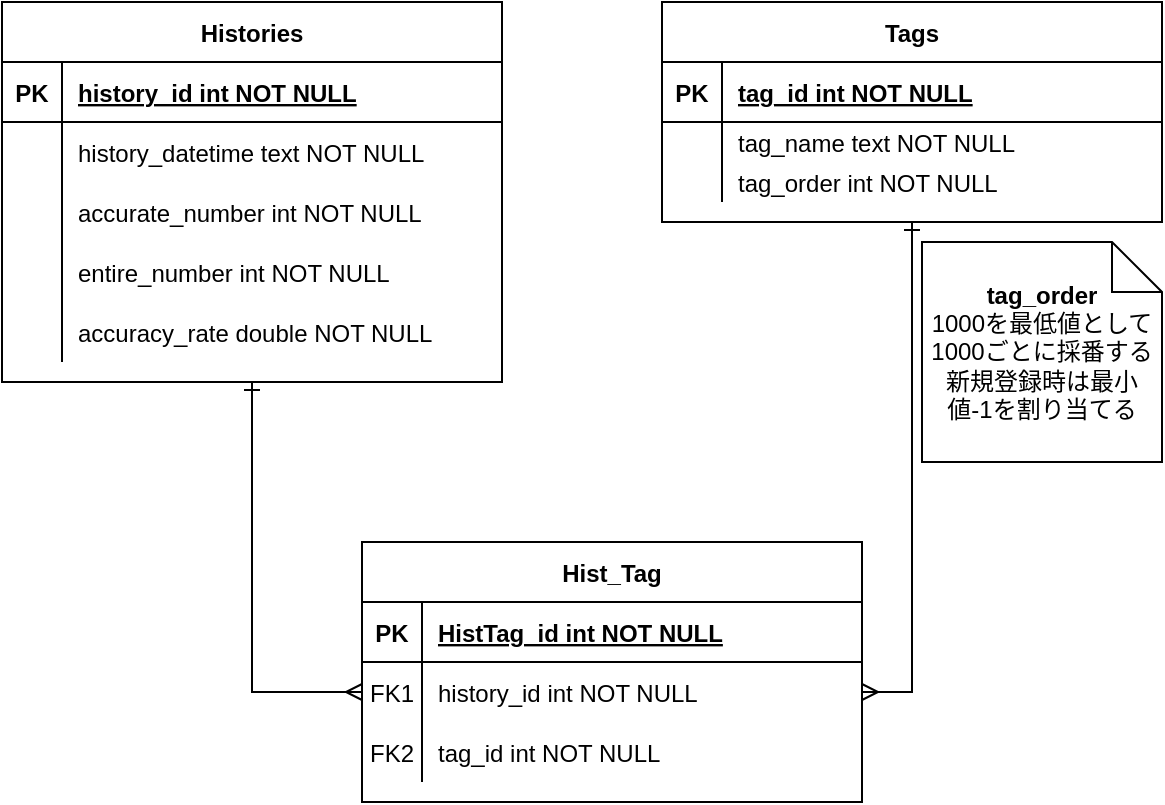
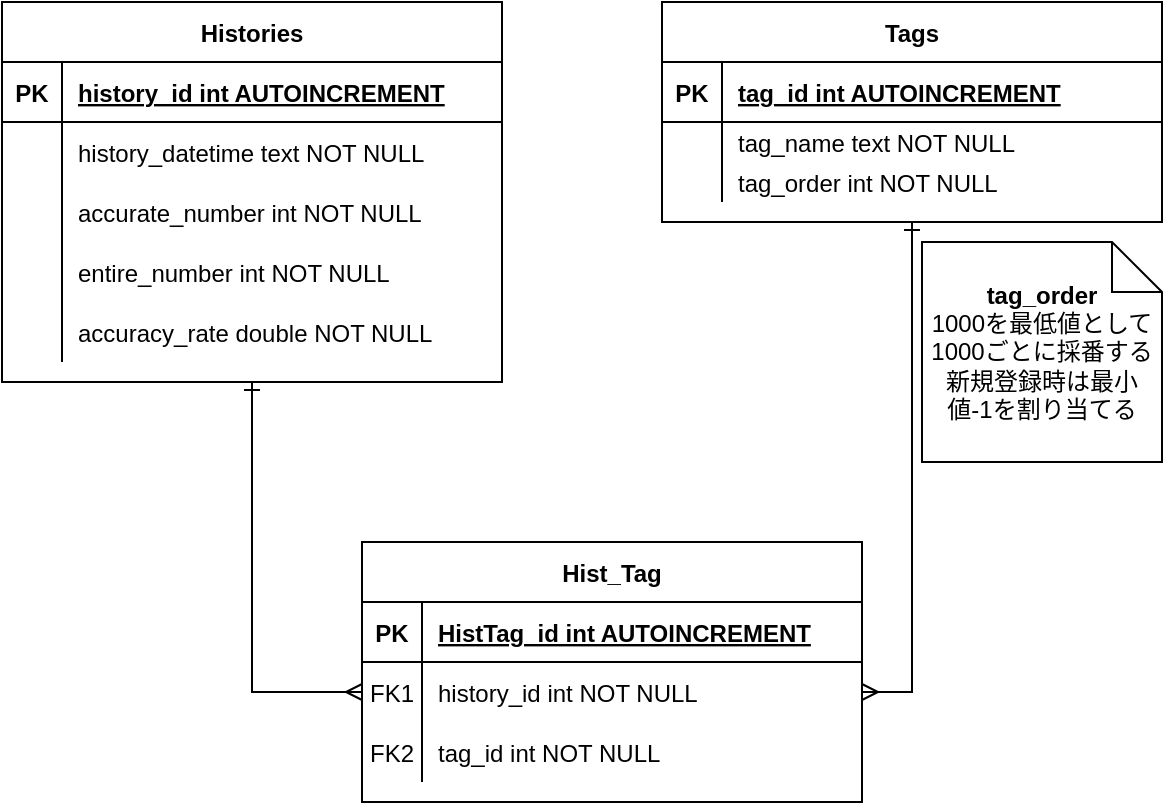
<mxfile host="app.diagrams.net" agent="Mozilla/5.0 (Windows NT 10.0; Win64; x64) AppleWebKit/537.36 (KHTML, like Gecko) Chrome/129.0.0.0 Safari/537.36" version="24.7.17">
  <diagram id="R2lEEEUBdFMjLlhIrx00" name="Page-1">
    <mxGraphModel dx="1434" dy="772" grid="1" gridSize="10" guides="1" tooltips="1" connect="1" arrows="1" fold="1" page="1" pageScale="1" pageWidth="850" pageHeight="1100" background="#FFFFFF" math="0" shadow="0" extFonts="Permanent Marker^https://fonts.googleapis.com/css?family=Permanent+Marker">
      <root>
        <mxCell id="0" />
        <mxCell id="1" parent="0" />
        <mxCell id="C-vyLk0tnHw3VtMMgP7b-2" value="Tags" style="shape=table;startSize=30;container=1;collapsible=1;childLayout=tableLayout;fixedRows=1;rowLines=0;fontStyle=1;align=center;resizeLast=1;" parent="1" vertex="1">
          <mxGeometry x="330" width="250" height="110" as="geometry" />
        </mxCell>
        <mxCell id="C-vyLk0tnHw3VtMMgP7b-3" value="" style="shape=partialRectangle;collapsible=0;dropTarget=0;pointerEvents=0;fillColor=none;points=[[0,0.5],[1,0.5]];portConstraint=eastwest;top=0;left=0;right=0;bottom=1;" parent="C-vyLk0tnHw3VtMMgP7b-2" vertex="1">
          <mxGeometry y="30" width="250" height="30" as="geometry" />
        </mxCell>
        <mxCell id="C-vyLk0tnHw3VtMMgP7b-4" value="PK" style="shape=partialRectangle;overflow=hidden;connectable=0;fillColor=none;top=0;left=0;bottom=0;right=0;fontStyle=1;" parent="C-vyLk0tnHw3VtMMgP7b-3" vertex="1">
          <mxGeometry width="30" height="30" as="geometry">
            <mxRectangle width="30" height="30" as="alternateBounds" />
          </mxGeometry>
        </mxCell>
-         <mxCell id="C-vyLk0tnHw3VtMMgP7b-5" value="tag_id int NOT NULL " style="shape=partialRectangle;overflow=hidden;connectable=0;fillColor=none;top=0;left=0;bottom=0;right=0;align=left;spacingLeft=6;fontStyle=5;" parent="C-vyLk0tnHw3VtMMgP7b-3" vertex="1">
+         <mxCell id="C-vyLk0tnHw3VtMMgP7b-5" value="tag_id int AUTOINCREMENT" style="shape=partialRectangle;overflow=hidden;connectable=0;fillColor=none;top=0;left=0;bottom=0;right=0;align=left;spacingLeft=6;fontStyle=5;" parent="C-vyLk0tnHw3VtMMgP7b-3" vertex="1">
          <mxGeometry x="30" width="220" height="30" as="geometry">
            <mxRectangle width="220" height="30" as="alternateBounds" />
          </mxGeometry>
        </mxCell>
        <mxCell id="C-vyLk0tnHw3VtMMgP7b-6" value="" style="shape=partialRectangle;collapsible=0;dropTarget=0;pointerEvents=0;fillColor=none;points=[[0,0.5],[1,0.5]];portConstraint=eastwest;top=0;left=0;right=0;bottom=0;" parent="C-vyLk0tnHw3VtMMgP7b-2" vertex="1">
          <mxGeometry y="60" width="250" height="20" as="geometry" />
        </mxCell>
        <mxCell id="C-vyLk0tnHw3VtMMgP7b-7" value="" style="shape=partialRectangle;overflow=hidden;connectable=0;fillColor=none;top=0;left=0;bottom=0;right=0;" parent="C-vyLk0tnHw3VtMMgP7b-6" vertex="1">
          <mxGeometry width="30" height="20" as="geometry">
            <mxRectangle width="30" height="20" as="alternateBounds" />
          </mxGeometry>
        </mxCell>
        <mxCell id="C-vyLk0tnHw3VtMMgP7b-8" value="tag_name text NOT NULL" style="shape=partialRectangle;overflow=hidden;connectable=0;fillColor=none;top=0;left=0;bottom=0;right=0;align=left;spacingLeft=6;" parent="C-vyLk0tnHw3VtMMgP7b-6" vertex="1">
          <mxGeometry x="30" width="220" height="20" as="geometry">
            <mxRectangle width="220" height="20" as="alternateBounds" />
          </mxGeometry>
        </mxCell>
        <mxCell id="uX9CyFeno2kXJm7CUo4n-1" value="" style="shape=partialRectangle;collapsible=0;dropTarget=0;pointerEvents=0;fillColor=none;points=[[0,0.5],[1,0.5]];portConstraint=eastwest;top=0;left=0;right=0;bottom=0;" parent="C-vyLk0tnHw3VtMMgP7b-2" vertex="1">
          <mxGeometry y="80" width="250" height="20" as="geometry" />
        </mxCell>
        <mxCell id="uX9CyFeno2kXJm7CUo4n-2" value="" style="shape=partialRectangle;overflow=hidden;connectable=0;fillColor=none;top=0;left=0;bottom=0;right=0;" parent="uX9CyFeno2kXJm7CUo4n-1" vertex="1">
          <mxGeometry width="30" height="20" as="geometry">
            <mxRectangle width="30" height="20" as="alternateBounds" />
          </mxGeometry>
        </mxCell>
        <mxCell id="uX9CyFeno2kXJm7CUo4n-3" value="tag_order int NOT NULL" style="shape=partialRectangle;overflow=hidden;connectable=0;fillColor=none;top=0;left=0;bottom=0;right=0;align=left;spacingLeft=6;" parent="uX9CyFeno2kXJm7CUo4n-1" vertex="1">
          <mxGeometry x="30" width="220" height="20" as="geometry">
            <mxRectangle width="220" height="20" as="alternateBounds" />
          </mxGeometry>
        </mxCell>
        <mxCell id="C-vyLk0tnHw3VtMMgP7b-13" value="Hist_Tag" style="shape=table;startSize=30;container=1;collapsible=1;childLayout=tableLayout;fixedRows=1;rowLines=0;fontStyle=1;align=center;resizeLast=1;" parent="1" vertex="1">
          <mxGeometry x="180" y="270" width="250" height="130" as="geometry" />
        </mxCell>
        <mxCell id="C-vyLk0tnHw3VtMMgP7b-14" value="" style="shape=partialRectangle;collapsible=0;dropTarget=0;pointerEvents=0;fillColor=none;points=[[0,0.5],[1,0.5]];portConstraint=eastwest;top=0;left=0;right=0;bottom=1;" parent="C-vyLk0tnHw3VtMMgP7b-13" vertex="1">
          <mxGeometry y="30" width="250" height="30" as="geometry" />
        </mxCell>
        <mxCell id="C-vyLk0tnHw3VtMMgP7b-15" value="PK" style="shape=partialRectangle;overflow=hidden;connectable=0;fillColor=none;top=0;left=0;bottom=0;right=0;fontStyle=1;" parent="C-vyLk0tnHw3VtMMgP7b-14" vertex="1">
          <mxGeometry width="30" height="30" as="geometry">
            <mxRectangle width="30" height="30" as="alternateBounds" />
          </mxGeometry>
        </mxCell>
-         <mxCell id="C-vyLk0tnHw3VtMMgP7b-16" value="HistTag_id int NOT NULL " style="shape=partialRectangle;overflow=hidden;connectable=0;fillColor=none;top=0;left=0;bottom=0;right=0;align=left;spacingLeft=6;fontStyle=5;" parent="C-vyLk0tnHw3VtMMgP7b-14" vertex="1">
+         <mxCell id="C-vyLk0tnHw3VtMMgP7b-16" value="HistTag_id int AUTOINCREMENT" style="shape=partialRectangle;overflow=hidden;connectable=0;fillColor=none;top=0;left=0;bottom=0;right=0;align=left;spacingLeft=6;fontStyle=5;" parent="C-vyLk0tnHw3VtMMgP7b-14" vertex="1">
          <mxGeometry x="30" width="220" height="30" as="geometry">
            <mxRectangle width="220" height="30" as="alternateBounds" />
          </mxGeometry>
        </mxCell>
        <mxCell id="C-vyLk0tnHw3VtMMgP7b-17" value="" style="shape=partialRectangle;collapsible=0;dropTarget=0;pointerEvents=0;fillColor=none;points=[[0,0.5],[1,0.5]];portConstraint=eastwest;top=0;left=0;right=0;bottom=0;" parent="C-vyLk0tnHw3VtMMgP7b-13" vertex="1">
          <mxGeometry y="60" width="250" height="30" as="geometry" />
        </mxCell>
        <mxCell id="C-vyLk0tnHw3VtMMgP7b-18" value="FK1" style="shape=partialRectangle;overflow=hidden;connectable=0;fillColor=none;top=0;left=0;bottom=0;right=0;" parent="C-vyLk0tnHw3VtMMgP7b-17" vertex="1">
          <mxGeometry width="30" height="30" as="geometry">
            <mxRectangle width="30" height="30" as="alternateBounds" />
          </mxGeometry>
        </mxCell>
        <mxCell id="C-vyLk0tnHw3VtMMgP7b-19" value="history_id int NOT NULL" style="shape=partialRectangle;overflow=hidden;connectable=0;fillColor=none;top=0;left=0;bottom=0;right=0;align=left;spacingLeft=6;" parent="C-vyLk0tnHw3VtMMgP7b-17" vertex="1">
          <mxGeometry x="30" width="220" height="30" as="geometry">
            <mxRectangle width="220" height="30" as="alternateBounds" />
          </mxGeometry>
        </mxCell>
        <mxCell id="C-vyLk0tnHw3VtMMgP7b-20" value="" style="shape=partialRectangle;collapsible=0;dropTarget=0;pointerEvents=0;fillColor=none;points=[[0,0.5],[1,0.5]];portConstraint=eastwest;top=0;left=0;right=0;bottom=0;" parent="C-vyLk0tnHw3VtMMgP7b-13" vertex="1">
          <mxGeometry y="90" width="250" height="30" as="geometry" />
        </mxCell>
        <mxCell id="C-vyLk0tnHw3VtMMgP7b-21" value="FK2" style="shape=partialRectangle;overflow=hidden;connectable=0;fillColor=none;top=0;left=0;bottom=0;right=0;" parent="C-vyLk0tnHw3VtMMgP7b-20" vertex="1">
          <mxGeometry width="30" height="30" as="geometry">
            <mxRectangle width="30" height="30" as="alternateBounds" />
          </mxGeometry>
        </mxCell>
        <mxCell id="C-vyLk0tnHw3VtMMgP7b-22" value="tag_id int NOT NULL" style="shape=partialRectangle;overflow=hidden;connectable=0;fillColor=none;top=0;left=0;bottom=0;right=0;align=left;spacingLeft=6;" parent="C-vyLk0tnHw3VtMMgP7b-20" vertex="1">
          <mxGeometry x="30" width="220" height="30" as="geometry">
            <mxRectangle width="220" height="30" as="alternateBounds" />
          </mxGeometry>
        </mxCell>
        <mxCell id="vyyHN-wlgOPrNykon7IR-17" style="edgeStyle=orthogonalEdgeStyle;rounded=0;orthogonalLoop=1;jettySize=auto;html=1;entryX=0;entryY=0.5;entryDx=0;entryDy=0;strokeWidth=1;startArrow=ERone;startFill=0;endArrow=ERmany;endFill=0;" parent="1" source="C-vyLk0tnHw3VtMMgP7b-23" target="C-vyLk0tnHw3VtMMgP7b-17" edge="1">
          <mxGeometry relative="1" as="geometry" />
        </mxCell>
        <mxCell id="C-vyLk0tnHw3VtMMgP7b-23" value="Histories" style="shape=table;startSize=30;container=1;collapsible=1;childLayout=tableLayout;fixedRows=1;rowLines=0;fontStyle=1;align=center;resizeLast=1;" parent="1" vertex="1">
          <mxGeometry width="250" height="190" as="geometry" />
        </mxCell>
        <mxCell id="C-vyLk0tnHw3VtMMgP7b-24" value="" style="shape=partialRectangle;collapsible=0;dropTarget=0;pointerEvents=0;fillColor=none;points=[[0,0.5],[1,0.5]];portConstraint=eastwest;top=0;left=0;right=0;bottom=1;" parent="C-vyLk0tnHw3VtMMgP7b-23" vertex="1">
          <mxGeometry y="30" width="250" height="30" as="geometry" />
        </mxCell>
        <mxCell id="C-vyLk0tnHw3VtMMgP7b-25" value="PK" style="shape=partialRectangle;overflow=hidden;connectable=0;fillColor=none;top=0;left=0;bottom=0;right=0;fontStyle=1;" parent="C-vyLk0tnHw3VtMMgP7b-24" vertex="1">
          <mxGeometry width="30" height="30" as="geometry">
            <mxRectangle width="30" height="30" as="alternateBounds" />
          </mxGeometry>
        </mxCell>
-         <mxCell id="C-vyLk0tnHw3VtMMgP7b-26" value="history_id int NOT NULL " style="shape=partialRectangle;overflow=hidden;connectable=0;fillColor=none;top=0;left=0;bottom=0;right=0;align=left;spacingLeft=6;fontStyle=5;" parent="C-vyLk0tnHw3VtMMgP7b-24" vertex="1">
+         <mxCell id="C-vyLk0tnHw3VtMMgP7b-26" value="history_id int AUTOINCREMENT" style="shape=partialRectangle;overflow=hidden;connectable=0;fillColor=none;top=0;left=0;bottom=0;right=0;align=left;spacingLeft=6;fontStyle=5;" parent="C-vyLk0tnHw3VtMMgP7b-24" vertex="1">
          <mxGeometry x="30" width="220" height="30" as="geometry">
            <mxRectangle width="220" height="30" as="alternateBounds" />
          </mxGeometry>
        </mxCell>
        <mxCell id="C-vyLk0tnHw3VtMMgP7b-27" value="" style="shape=partialRectangle;collapsible=0;dropTarget=0;pointerEvents=0;fillColor=none;points=[[0,0.5],[1,0.5]];portConstraint=eastwest;top=0;left=0;right=0;bottom=0;" parent="C-vyLk0tnHw3VtMMgP7b-23" vertex="1">
          <mxGeometry y="60" width="250" height="30" as="geometry" />
        </mxCell>
        <mxCell id="C-vyLk0tnHw3VtMMgP7b-28" value="" style="shape=partialRectangle;overflow=hidden;connectable=0;fillColor=none;top=0;left=0;bottom=0;right=0;" parent="C-vyLk0tnHw3VtMMgP7b-27" vertex="1">
          <mxGeometry width="30" height="30" as="geometry">
            <mxRectangle width="30" height="30" as="alternateBounds" />
          </mxGeometry>
        </mxCell>
        <mxCell id="C-vyLk0tnHw3VtMMgP7b-29" value="history_datetime text NOT NULL" style="shape=partialRectangle;overflow=hidden;connectable=0;fillColor=none;top=0;left=0;bottom=0;right=0;align=left;spacingLeft=6;" parent="C-vyLk0tnHw3VtMMgP7b-27" vertex="1">
          <mxGeometry x="30" width="220" height="30" as="geometry">
            <mxRectangle width="220" height="30" as="alternateBounds" />
          </mxGeometry>
        </mxCell>
        <mxCell id="vyyHN-wlgOPrNykon7IR-9" value="" style="shape=partialRectangle;collapsible=0;dropTarget=0;pointerEvents=0;fillColor=none;points=[[0,0.5],[1,0.5]];portConstraint=eastwest;top=0;left=0;right=0;bottom=0;" parent="C-vyLk0tnHw3VtMMgP7b-23" vertex="1">
          <mxGeometry y="90" width="250" height="30" as="geometry" />
        </mxCell>
        <mxCell id="vyyHN-wlgOPrNykon7IR-10" value="" style="shape=partialRectangle;overflow=hidden;connectable=0;fillColor=none;top=0;left=0;bottom=0;right=0;" parent="vyyHN-wlgOPrNykon7IR-9" vertex="1">
          <mxGeometry width="30" height="30" as="geometry">
            <mxRectangle width="30" height="30" as="alternateBounds" />
          </mxGeometry>
        </mxCell>
        <mxCell id="vyyHN-wlgOPrNykon7IR-11" value="accurate_number int NOT NULL" style="shape=partialRectangle;overflow=hidden;connectable=0;fillColor=none;top=0;left=0;bottom=0;right=0;align=left;spacingLeft=6;" parent="vyyHN-wlgOPrNykon7IR-9" vertex="1">
          <mxGeometry x="30" width="220" height="30" as="geometry">
            <mxRectangle width="220" height="30" as="alternateBounds" />
          </mxGeometry>
        </mxCell>
        <mxCell id="vyyHN-wlgOPrNykon7IR-12" value="" style="shape=partialRectangle;collapsible=0;dropTarget=0;pointerEvents=0;fillColor=none;points=[[0,0.5],[1,0.5]];portConstraint=eastwest;top=0;left=0;right=0;bottom=0;" parent="C-vyLk0tnHw3VtMMgP7b-23" vertex="1">
          <mxGeometry y="120" width="250" height="30" as="geometry" />
        </mxCell>
        <mxCell id="vyyHN-wlgOPrNykon7IR-13" value="" style="shape=partialRectangle;overflow=hidden;connectable=0;fillColor=none;top=0;left=0;bottom=0;right=0;" parent="vyyHN-wlgOPrNykon7IR-12" vertex="1">
          <mxGeometry width="30" height="30" as="geometry">
            <mxRectangle width="30" height="30" as="alternateBounds" />
          </mxGeometry>
        </mxCell>
        <mxCell id="vyyHN-wlgOPrNykon7IR-14" value="entire_number int NOT NULL" style="shape=partialRectangle;overflow=hidden;connectable=0;fillColor=none;top=0;left=0;bottom=0;right=0;align=left;spacingLeft=6;" parent="vyyHN-wlgOPrNykon7IR-12" vertex="1">
          <mxGeometry x="30" width="220" height="30" as="geometry">
            <mxRectangle width="220" height="30" as="alternateBounds" />
          </mxGeometry>
        </mxCell>
        <mxCell id="uX9CyFeno2kXJm7CUo4n-5" value="" style="shape=partialRectangle;collapsible=0;dropTarget=0;pointerEvents=0;fillColor=none;points=[[0,0.5],[1,0.5]];portConstraint=eastwest;top=0;left=0;right=0;bottom=0;" parent="C-vyLk0tnHw3VtMMgP7b-23" vertex="1">
          <mxGeometry y="150" width="250" height="30" as="geometry" />
        </mxCell>
        <mxCell id="uX9CyFeno2kXJm7CUo4n-6" value="" style="shape=partialRectangle;overflow=hidden;connectable=0;fillColor=none;top=0;left=0;bottom=0;right=0;" parent="uX9CyFeno2kXJm7CUo4n-5" vertex="1">
          <mxGeometry width="30" height="30" as="geometry">
            <mxRectangle width="30" height="30" as="alternateBounds" />
          </mxGeometry>
        </mxCell>
        <mxCell id="uX9CyFeno2kXJm7CUo4n-7" value="accuracy_rate double NOT NULL" style="shape=partialRectangle;overflow=hidden;connectable=0;fillColor=none;top=0;left=0;bottom=0;right=0;align=left;spacingLeft=6;" parent="uX9CyFeno2kXJm7CUo4n-5" vertex="1">
          <mxGeometry x="30" width="220" height="30" as="geometry">
            <mxRectangle width="220" height="30" as="alternateBounds" />
          </mxGeometry>
        </mxCell>
        <mxCell id="vyyHN-wlgOPrNykon7IR-18" style="edgeStyle=orthogonalEdgeStyle;rounded=0;orthogonalLoop=1;jettySize=auto;html=1;entryX=0.5;entryY=1;entryDx=0;entryDy=0;endArrow=ERone;endFill=0;startArrow=ERmany;startFill=0;" parent="1" source="C-vyLk0tnHw3VtMMgP7b-17" target="C-vyLk0tnHw3VtMMgP7b-2" edge="1">
          <mxGeometry relative="1" as="geometry" />
        </mxCell>
        <mxCell id="uX9CyFeno2kXJm7CUo4n-4" value="&lt;b&gt;tag_order&lt;/b&gt;&lt;div&gt;1000を最低値として1000ごとに採番する&lt;/div&gt;&lt;div&gt;新規登録時は最小値-1を割り当てる&lt;/div&gt;" style="shape=note2;boundedLbl=1;whiteSpace=wrap;html=1;size=25;verticalAlign=middle;align=center;labelPosition=center;verticalLabelPosition=middle;" parent="1" vertex="1">
          <mxGeometry x="460" y="120" width="120" height="110" as="geometry" />
        </mxCell>
      </root>
    </mxGraphModel>
  </diagram>
</mxfile>
